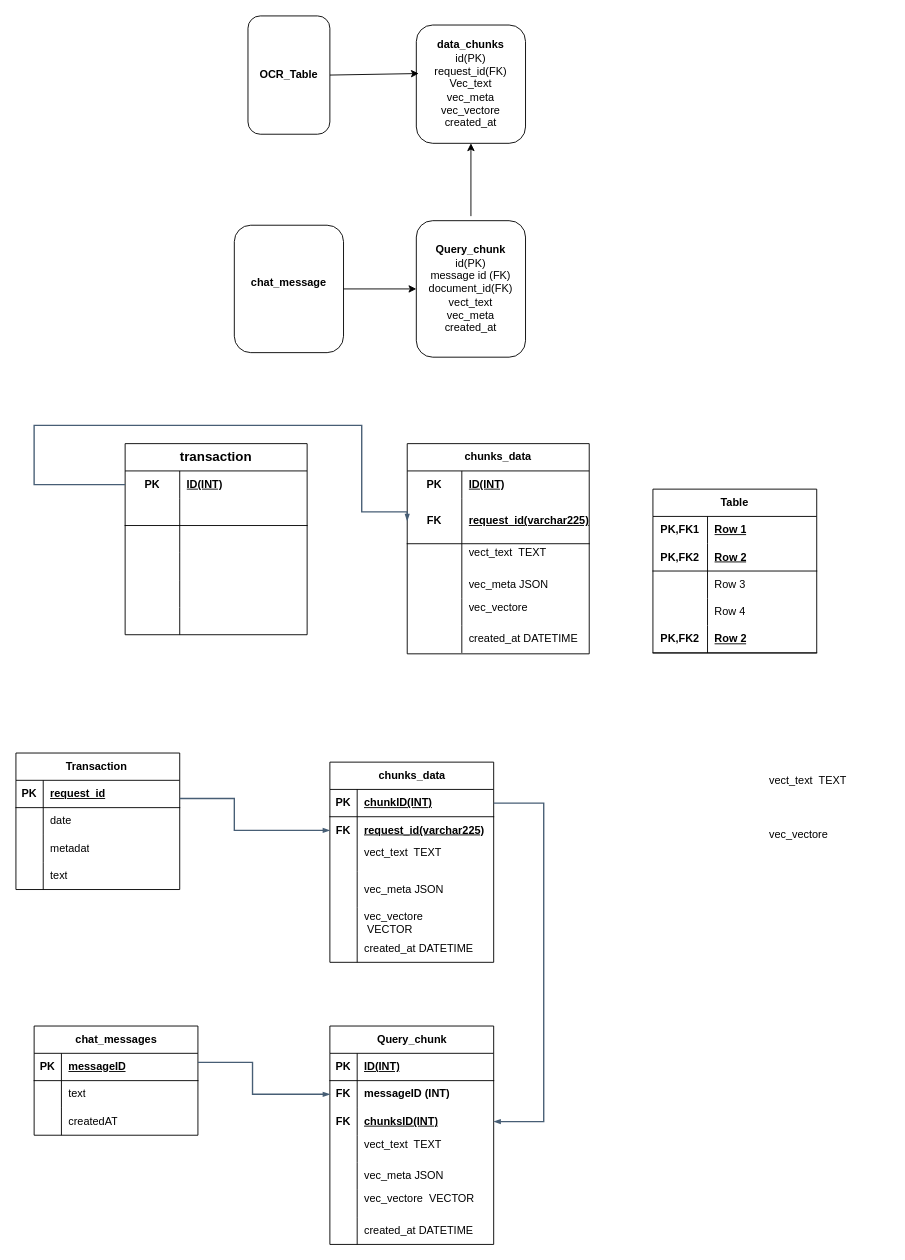
Above: Untitled Diagram.drawio in sahar389/api_go (draw.io), before the change. Source tidied: cells renumbered, new cells numbered last; positions are measured from the earlier drawing's top-left corner, leaving out a move shared by most shapes. Both pictures are drawn from the tidied source at 91%, with x=0, y=0 at pixel (15, 15).
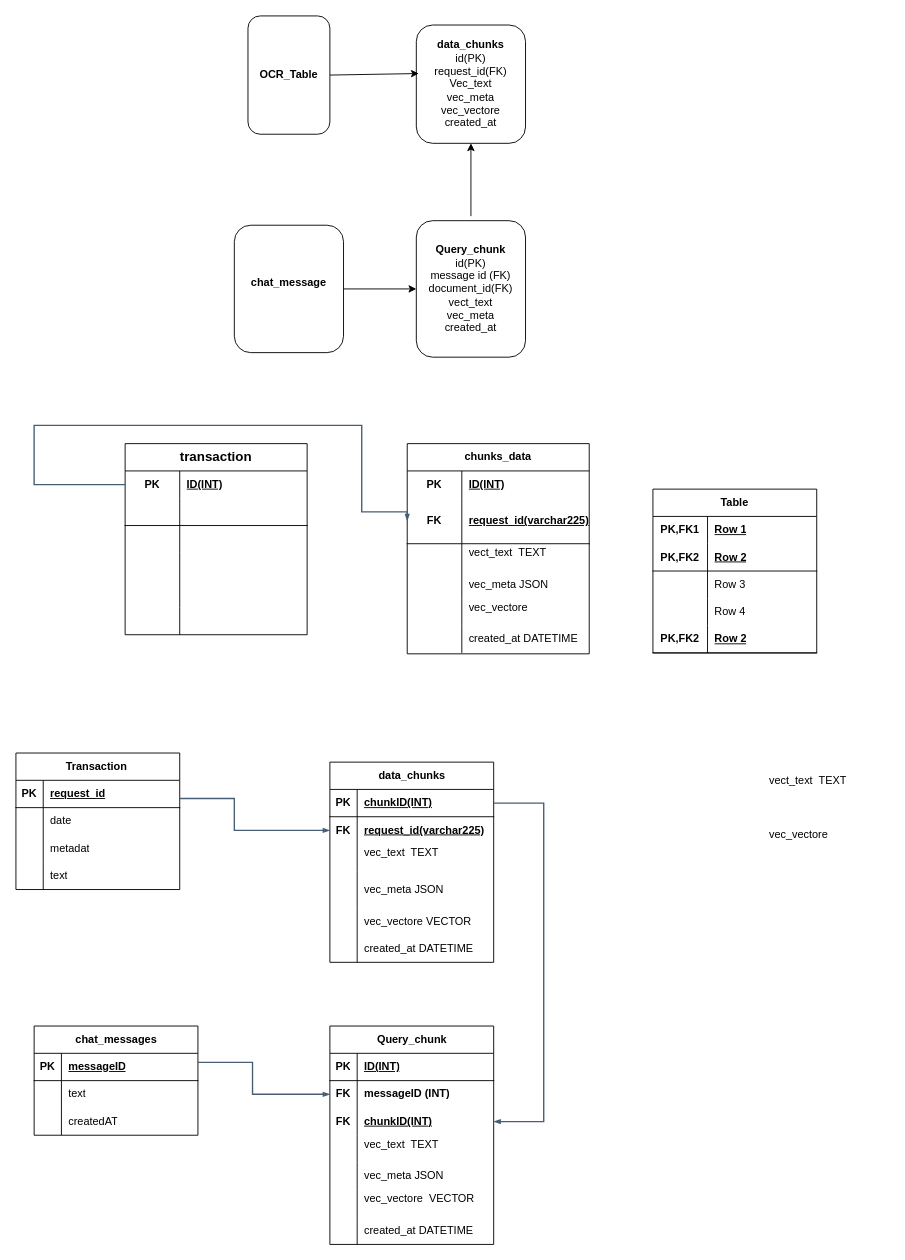
Above is the later version.

Unchanged cells that the change refers to:
```xml
<mxCell id="77" style="shape=tableRow;horizontal=0;startSize=0;swimlaneHead=0;swimlaneBody=0;fillColor=none;points=[[0,0.5],[1,0.5]];portConstraint=eastwest;top=0;left=0;right=0;bottom=0;" parent="70" vertex="1">
  <mxGeometry y="90" width="180" height="30" as="geometry" />
</mxCell>
<mxCell id="80" style="shape=tableRow;horizontal=0;startSize=0;swimlaneHead=0;swimlaneBody=0;fillColor=none;top=0;left=0;right=0;bottom=0;" parent="70" vertex="1">
  <mxGeometry y="120" width="180" height="30" as="geometry" />
</mxCell>
<mxCell id="110" style="shape=tableRow;horizontal=0;startSize=0;swimlaneHead=0;swimlaneBody=0;fillColor=none;top=0;left=0;right=0;bottom=0;" parent="103" vertex="1">
  <mxGeometry y="90" width="180" height="30" as="geometry" />
</mxCell>
<mxCell id="116" style="shape=tableRow;horizontal=0;startSize=0;swimlaneHead=0;swimlaneBody=0;fillColor=none;top=0;left=0;right=0;bottom=0;" parent="103" vertex="1">
  <mxGeometry y="160" width="180" height="30" as="geometry" />
</mxCell>
```

The edit, as a diff of the source:
```diff
@@
-    <mxCell id="79" value="&lt;div style=&quot;text-align: center;&quot;&gt;&lt;span style=&quot;font-weight: 700; text-decoration-line: underline;&quot;&gt;chunksID(INT)&lt;/span&gt;&lt;/div&gt;" style="shape=partialRectangle;fillColor=none;top=0;left=0;bottom=0;right=0;align=left;spacingLeft=6;overflow=hidden;whiteSpace=wrap;html=1;" parent="77" vertex="1">
+    <mxCell id="79" value="&lt;div style=&quot;text-align: center;&quot;&gt;&lt;span style=&quot;font-weight: 700; text-decoration-line: underline;&quot;&gt;chunkID(INT)&lt;/span&gt;&lt;/div&gt;" style="shape=partialRectangle;fillColor=none;top=0;left=0;bottom=0;right=0;align=left;spacingLeft=6;overflow=hidden;whiteSpace=wrap;html=1;" parent="77" vertex="1">
       <mxGeometry x="30" width="150" height="30" as="geometry" />
     </mxCell>
@@
-    <mxCell id="82" value="&lt;div style=&quot;text-align: center;&quot;&gt;vect_text&amp;nbsp; TEXT&lt;/div&gt;&lt;div&gt;&amp;nbsp;&lt;/div&gt;" style="shape=partialRectangle;fillColor=none;top=0;left=0;bottom=0;right=0;align=left;spacingLeft=6;overflow=hidden;whiteSpace=wrap;html=1;" parent="80" vertex="1">
+    <mxCell id="82" value="&lt;div style=&quot;text-align: center;&quot;&gt;vec_text&amp;nbsp; TEXT&lt;/div&gt;&lt;div&gt;&amp;nbsp;&lt;/div&gt;" style="shape=partialRectangle;fillColor=none;top=0;left=0;bottom=0;right=0;align=left;spacingLeft=6;overflow=hidden;whiteSpace=wrap;html=1;" parent="80" vertex="1">
       <mxGeometry x="30" width="150" height="30" as="geometry" />
     </mxCell>
@@
-    <mxCell id="103" value="&lt;span style=&quot;text-wrap-mode: wrap;&quot;&gt;chunks_data&lt;/span&gt;" style="shape=table;startSize=30;childLayout=tableLayout;rowLines=0;fontStyle=1;align=center;html=1;" parent="1" vertex="1">
+    <mxCell id="103" value="&lt;span style=&quot;text-wrap-mode: wrap;&quot;&gt;data_chunks&lt;/span&gt;" style="shape=table;startSize=30;childLayout=tableLayout;rowLines=0;fontStyle=1;align=center;html=1;" parent="1" vertex="1">
       <mxGeometry x="345" y="820" width="180" height="220" as="geometry" />
     </mxCell>
@@
-    <mxCell id="112" value="&lt;div style=&quot;text-align: center;&quot;&gt;vect_text&amp;nbsp; TEXT&lt;/div&gt;&lt;div&gt;&amp;nbsp;&lt;/div&gt;" style="shape=partialRectangle;fillColor=none;top=0;left=0;bottom=0;right=0;align=left;spacingLeft=6;overflow=hidden;whiteSpace=wrap;html=1;" parent="110" vertex="1">
+    <mxCell id="112" value="&lt;div style=&quot;text-align: center;&quot;&gt;vec_text&amp;nbsp; TEXT&lt;/div&gt;&lt;div&gt;&amp;nbsp;&lt;/div&gt;" style="shape=partialRectangle;fillColor=none;top=0;left=0;bottom=0;right=0;align=left;spacingLeft=6;overflow=hidden;whiteSpace=wrap;html=1;" parent="110" vertex="1">
       <mxGeometry x="30" width="150" height="30" as="geometry" />
     </mxCell>
@@
-    <mxCell id="118" value="&lt;div style=&quot;text-align: center;&quot;&gt;vec_vectore&amp;nbsp;&lt;/div&gt;&lt;div&gt;&amp;nbsp;VECTOR&lt;/div&gt;" style="shape=partialRectangle;fillColor=none;top=0;left=0;bottom=0;right=0;align=left;spacingLeft=6;overflow=hidden;whiteSpace=wrap;html=1;" parent="116" vertex="1">
+    <mxCell id="118" value="&lt;div style=&quot;text-align: center;&quot;&gt;vec_vectore&amp;nbsp;&lt;span style=&quot;background-color: transparent; color: light-dark(rgb(0, 0, 0), rgb(255, 255, 255)); text-align: left;&quot;&gt;VECTOR&lt;/span&gt;&lt;/div&gt;" style="shape=partialRectangle;fillColor=none;top=0;left=0;bottom=0;right=0;align=left;spacingLeft=6;overflow=hidden;whiteSpace=wrap;html=1;" parent="116" vertex="1">
       <mxGeometry x="30" width="150" height="30" as="geometry" />
     </mxCell>
```
